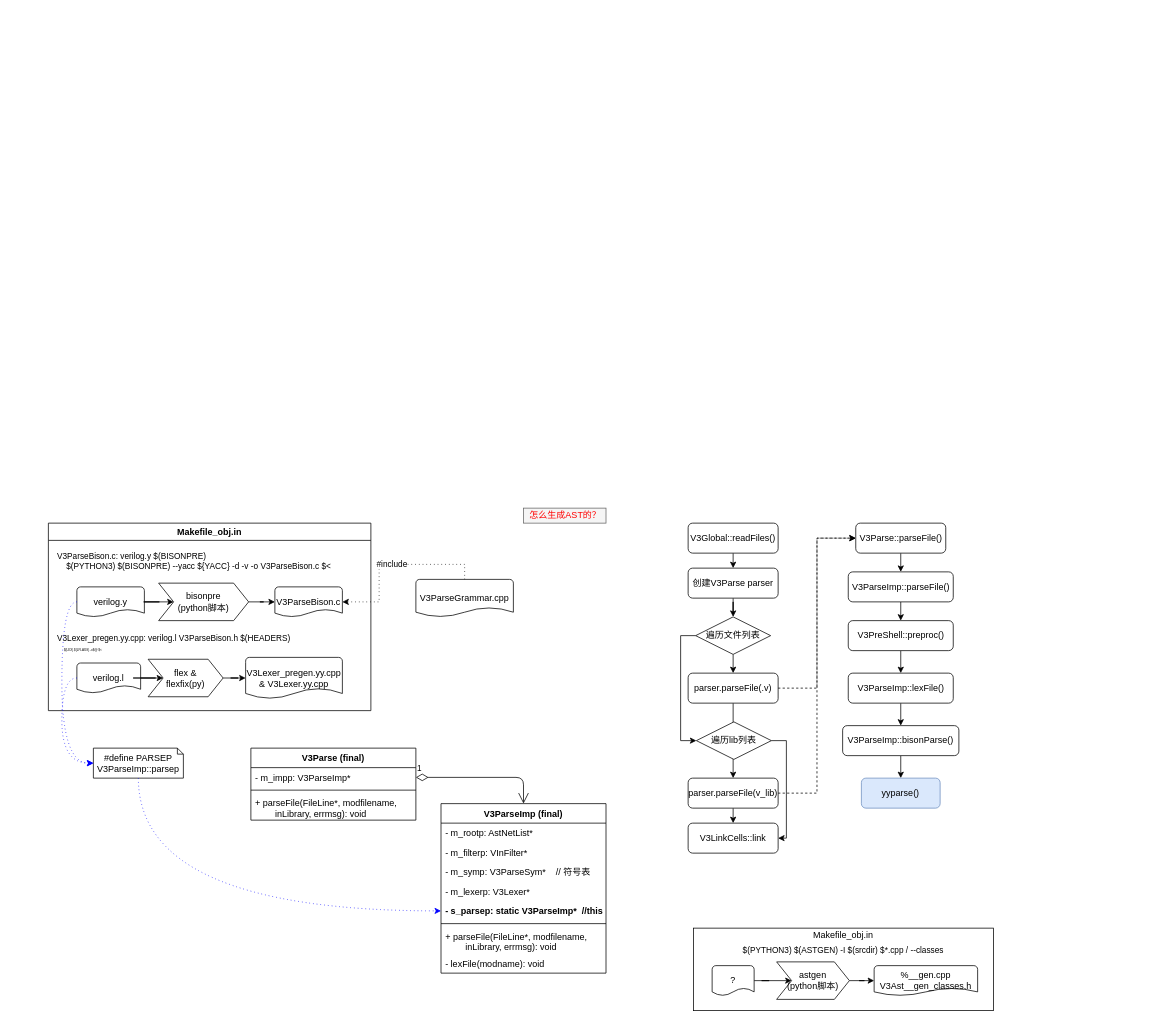
Earlier version of the draw.io diagram verilator_digrams/V3Parse.drawio (Dercury/CLDK). Source tidied: cells renumbered, new cells numbered last; positions are measured from the earlier drawing's top-left corner, leaving out a move shared by most shapes. Both pictures are drawn from the tidied source at 75%, with x=0, y=0 at pixel (48, 508).
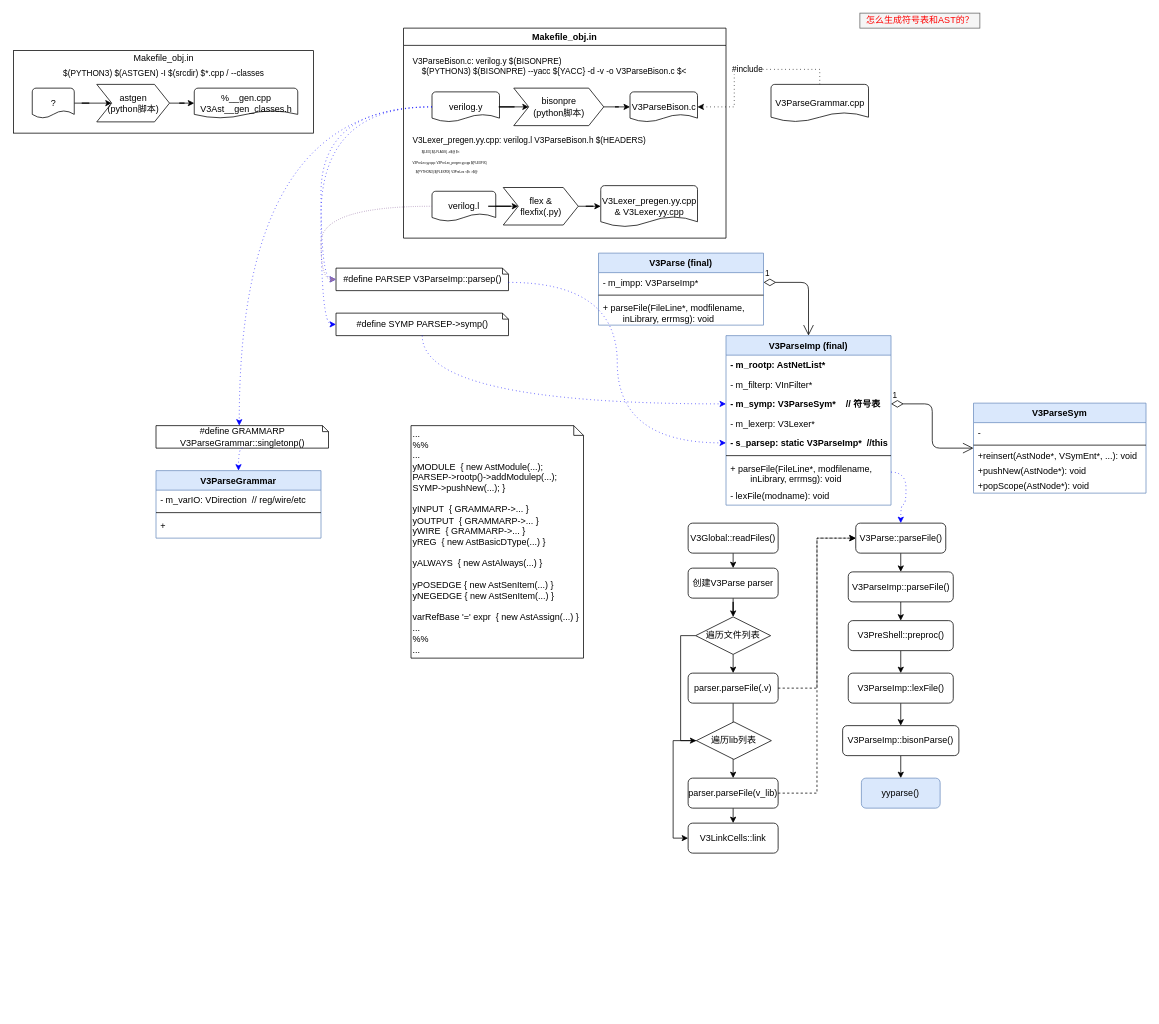
Above is the later version.

The change refers to these unchanged cells:
```xml
<mxCell id="11" value="V3LinkCells::link" style="rounded=1;whiteSpace=wrap;html=1;fontSize=12;glass=0;strokeWidth=1;shadow=0;" parent="1" vertex="1">
  <mxGeometry x="853" y="420" width="120" height="40" as="geometry" />
</mxCell>
<mxCell id="13" value="V3Parse::parseFile()" style="rounded=1;whiteSpace=wrap;html=1;fontSize=12;glass=0;strokeWidth=1;shadow=0;" parent="1" vertex="1">
  <mxGeometry x="1076.5" y="20" width="120" height="40" as="geometry" />
</mxCell>
<mxCell id="39" value="遍历lib列表" style="strokeWidth=1;html=1;shape=mxgraph.flowchart.decision;whiteSpace=wrap;" parent="1" vertex="1">
  <mxGeometry x="864" y="285" width="100" height="50" as="geometry" />
</mxCell>
<mxCell id="47" value="+ parseFile(FileLine*, modfilename, &#10;        inLibrary, errmsg): void" style="text;strokeColor=none;fillColor=none;align=left;verticalAlign=top;spacingLeft=4;spacingRight=4;overflow=hidden;points=[[0,0.5],[1,0.5]];portConstraint=eastwest;" parent="40" vertex="1">
  <mxGeometry y="164" width="220" height="36" as="geometry" />
</mxCell>
<mxCell id="56" value="verilog.y" style="strokeWidth=1;html=1;shape=mxgraph.flowchart.document2;whiteSpace=wrap;size=0.25;" parent="54" vertex="1">
  <mxGeometry x="38" y="85" width="90" height="40" as="geometry" />
</mxCell>
```

Diff of the diagram source:
```diff
@@
     <mxCell id="26" value="V3ParseGrammar.cpp" style="strokeWidth=1;html=1;shape=mxgraph.flowchart.document2;whiteSpace=wrap;size=0.25;" parent="1" vertex="1">
-      <mxGeometry x="490" y="95" width="130" height="50" as="geometry" />
+      <mxGeometry x="963.5" y="-565" width="130" height="50" as="geometry" />
     </mxCell>
-    <mxCell id="27" value="怎么生成AST的？" style="text;html=1;align=center;verticalAlign=middle;strokeColor=#666666;fillColor=#f5f5f5;fontColor=#FF0000;" parent="1" vertex="1">
-      <mxGeometry x="633.5" width="110" height="20" as="geometry" />
+    <mxCell id="27" value="怎么生成符号表和AST的？" style="text;html=1;align=center;verticalAlign=middle;strokeColor=#666666;fillColor=#f5f5f5;fontColor=#FF0000;" parent="1" vertex="1">
+      <mxGeometry x="1082" y="-660" width="160" height="20" as="geometry" />
     </mxCell>
     <mxCell id="28" style="rounded=0;whiteSpace=wrap;html=1;strokeWidth=1;" parent="1" vertex="1">
-      <mxGeometry x="860" y="560" width="400" height="110" as="geometry" />
+      <mxGeometry x="-46.5" y="-610" width="400" height="110" as="geometry" />
     </mxCell>
@@
     <mxCell id="30" value="?" style="strokeWidth=1;html=1;shape=mxgraph.flowchart.document2;whiteSpace=wrap;size=0.25;" parent="1" vertex="1">
-      <mxGeometry x="885" y="610" width="56" height="40" as="geometry" />
+      <mxGeometry x="-21.5" y="-560" width="56" height="40" as="geometry" />
     </mxCell>
     <mxCell id="31" value="Makefile_obj.in" style="text;html=1;strokeColor=none;fillColor=none;align=center;verticalAlign=middle;whiteSpace=wrap;rounded=0;" parent="1" vertex="1">
-      <mxGeometry x="1015" y="560" width="90" height="20" as="geometry" />
+      <mxGeometry x="108.5" y="-610" width="90" height="20" as="geometry" />
     </mxCell>
@@
     <mxCell id="33" value="&lt;span&gt;astgen&lt;/span&gt;&lt;br&gt;&lt;span&gt;(python脚本)&lt;/span&gt;" style="shape=step;perimeter=stepPerimeter;whiteSpace=wrap;html=1;fixedSize=1;strokeWidth=1;" parent="1" vertex="1">
-      <mxGeometry x="971" y="605" width="97" height="50" as="geometry" />
+      <mxGeometry x="64.5" y="-565" width="97" height="50" as="geometry" />
     </mxCell>
     <mxCell id="34" value="%__gen.cpp&lt;br&gt;V3Ast__gen_classes.h" style="strokeWidth=1;html=1;shape=mxgraph.flowchart.document2;whiteSpace=wrap;size=0.25;" parent="1" vertex="1">
-      <mxGeometry x="1101" y="610" width="138" height="40" as="geometry" />
+      <mxGeometry x="194.5" y="-560" width="138" height="40" as="geometry" />
     </mxCell>
     <mxCell id="35" value="&lt;font style=&quot;font-size: 11px&quot;&gt;$(PYTHON3) $(ASTGEN) -I $(srcdir) $*.cpp / --classes&lt;/font&gt;" style="text;whiteSpace=wrap;html=1;fontSize=4;verticalAlign=middle;align=center;" parent="1" vertex="1">
-      <mxGeometry x="863" y="580" width="394" height="20" as="geometry" />
+      <mxGeometry x="-43.5" y="-590" width="394" height="20" as="geometry" />
     </mxCell>
-    <mxCell id="36" style="edgeStyle=orthogonalEdgeStyle;rounded=0;jettySize=auto;html=1;exitX=1;exitY=0.5;exitDx=0;exitDy=0;exitPerimeter=0;entryX=1;entryY=0.5;entryDx=0;entryDy=0;startArrow=none;" parent="1" edge="1" source="39" target="11">
+    <mxCell id="36" style="edgeStyle=orthogonalEdgeStyle;rounded=0;jettySize=auto;html=1;exitX=0;exitY=0.5;exitDx=0;exitDy=0;exitPerimeter=0;entryX=0;entryY=0.5;entryDx=0;entryDy=0;startArrow=none;" parent="1" edge="1" source="39" target="11">
       <mxGeometry relative="1" as="geometry" />
     </mxCell>
@@
-    <mxCell id="40" value="V3ParseImp (final)" style="swimlane;fontStyle=1;align=center;verticalAlign=top;horizontal=1;startSize=26;" parent="1" vertex="1">
-      <mxGeometry x="523.5" y="394" width="220" height="226" as="geometry" />
+    <mxCell id="40" value="V3ParseImp (final)" style="swimlane;fontStyle=1;align=center;verticalAlign=top;horizontal=1;startSize=26;fillColor=#dae8fc;strokeColor=#6c8ebf;" parent="1" vertex="1">
+      <mxGeometry x="903.5" y="-230" width="220" height="226" as="geometry" />
     </mxCell>
-    <mxCell id="41" value="- m_rootp: AstNetList*" style="text;strokeColor=none;fillColor=none;align=left;verticalAlign=top;spacingLeft=4;spacingRight=4;overflow=hidden;" parent="40" vertex="1">
+    <mxCell id="41" value="- m_rootp: AstNetList*" style="text;strokeColor=none;fillColor=none;align=left;verticalAlign=middle;spacingLeft=4;spacingRight=4;overflow=hidden;fontStyle=1;" parent="40" vertex="1">
       <mxGeometry y="26" width="220" height="26" as="geometry" />
     </mxCell>
-    <mxCell id="42" value="- m_filterp: VInFilter*" style="text;strokeColor=none;fillColor=none;align=left;verticalAlign=top;spacingLeft=4;spacingRight=4;overflow=hidden;" parent="40" vertex="1">
+    <mxCell id="42" value="- m_filterp: VInFilter*" style="text;strokeColor=none;fillColor=none;align=left;verticalAlign=middle;spacingLeft=4;spacingRight=4;overflow=hidden;" parent="40" vertex="1">
       <mxGeometry y="52" width="220" height="26" as="geometry" />
     </mxCell>
-    <mxCell id="43" value="- m_symp: V3ParseSym*    // 符号表" style="text;strokeColor=none;fillColor=none;align=left;verticalAlign=top;spacingLeft=4;spacingRight=4;overflow=hidden;points=[[0,0.5],[1,0.5]];portConstraint=eastwest;" parent="40" vertex="1">
+    <mxCell id="43" value="- m_symp: V3ParseSym*    // 符号表" style="text;strokeColor=none;fillColor=none;align=left;verticalAlign=top;spacingLeft=4;spacingRight=4;overflow=hidden;points=[[0,0.5],[1,0.5]];portConstraint=eastwest;fontStyle=1;" parent="40" vertex="1">
       <mxGeometry y="78" width="220" height="26" as="geometry" />
     </mxCell>
-    <mxCell id="44" value="- m_lexerp: V3Lexer*" style="text;strokeColor=none;fillColor=none;align=left;verticalAlign=top;spacingLeft=4;spacingRight=4;overflow=hidden;" parent="40" vertex="1">
+    <mxCell id="44" value="- m_lexerp: V3Lexer*" style="text;strokeColor=none;fillColor=none;align=left;verticalAlign=middle;spacingLeft=4;spacingRight=4;overflow=hidden;" parent="40" vertex="1">
       <mxGeometry y="104" width="220" height="26" as="geometry" />
     </mxCell>
-    <mxCell id="45" value="- s_parsep: static V3ParseImp*  //this" style="text;strokeColor=none;fillColor=none;align=left;verticalAlign=top;spacingLeft=4;spacingRight=4;overflow=hidden;points=[[0,0.5],[1,0.5]];portConstraint=eastwest;fontStyle=1;" parent="40" vertex="1">
+    <mxCell id="45" value="- s_parsep: static V3ParseImp*  //this" style="text;strokeColor=none;fillColor=none;align=left;verticalAlign=middle;spacingLeft=4;spacingRight=4;overflow=hidden;points=[[0,0.5],[1,0.5]];portConstraint=eastwest;fontStyle=1;" parent="40" vertex="1">
       <mxGeometry y="130" width="220" height="26" as="geometry" />
     </mxCell>
@@
-    <mxCell id="49" value="V3Parse (final)" style="swimlane;fontStyle=1;align=center;verticalAlign=top;horizontal=1;startSize=26;" parent="1" vertex="1">
-      <mxGeometry x="270" y="320" width="220" height="96" as="geometry" />
+    <mxCell id="49" value="V3Parse (final)" style="swimlane;fontStyle=1;align=center;verticalAlign=top;horizontal=1;startSize=26;fillColor=#dae8fc;strokeColor=#6c8ebf;" parent="1" vertex="1">
+      <mxGeometry x="733.5" y="-340" width="220" height="96" as="geometry" />
     </mxCell>
@@
     <mxCell id="54" value="Makefile_obj.in" style="swimlane;strokeWidth=1;" parent="1" vertex="1">
-      <mxGeometry y="20" width="430" height="250" as="geometry" />
+      <mxGeometry x="473.5" y="-640" width="430" height="280" as="geometry" />
     </mxCell>
@@
-    <mxCell id="61" value="&lt;font style=&quot;font-size: 11px&quot;&gt;V3Lexer_pregen.yy.cpp: verilog.l V3ParseBison.h $(HEADERS)&lt;br&gt;&amp;nbsp; &amp;nbsp;&lt;span style=&quot;font-size: 4px ; text-align: center&quot;&gt;${LEX} ${LFLAGS} -o$@ $&amp;lt;&lt;/span&gt;&lt;/font&gt;" style="text;whiteSpace=wrap;html=1;fontSize=4;verticalAlign=middle;align=left;" parent="54" vertex="1">
-      <mxGeometry x="10" y="140" width="410" height="39" as="geometry" />
+    <mxCell id="61" value="&lt;font style=&quot;font-size: 11px&quot;&gt;V3Lexer_pregen.yy.cpp: verilog.l V3ParseBison.h $(HEADERS)&lt;br&gt;&amp;nbsp; &amp;nbsp;&amp;nbsp;&lt;span style=&quot;font-size: 4px ; text-align: center&quot;&gt;${LEX} ${LFLAGS} -o$@ $&amp;lt;&lt;br&gt;V3PreLex.yy.cpp: V3PreLex_pregen.yy.cpp $(FLEXFIX)&lt;br&gt;&amp;nbsp; &amp;nbsp; $(PYTHON3) $(FLEXFIX) V3PreLex &amp;lt;$&amp;lt; &amp;gt;$@&lt;br&gt;&lt;/span&gt;&lt;/font&gt;" style="text;whiteSpace=wrap;html=1;fontSize=4;verticalAlign=middle;align=left;" parent="54" vertex="1">
+      <mxGeometry x="10" y="140" width="410" height="60" as="geometry" />
     </mxCell>
     <mxCell id="62" value="verilog.l" style="strokeWidth=1;html=1;shape=mxgraph.flowchart.document2;whiteSpace=wrap;size=0.25;" parent="54" vertex="1">
-      <mxGeometry x="38" y="186.5" width="85" height="40" as="geometry" />
+      <mxGeometry x="38" y="217.5" width="85" height="40" as="geometry" />
     </mxCell>
-    <mxCell id="63" value="flex &amp;amp;&lt;br&gt;flexfix(py)" style="shape=step;perimeter=stepPerimeter;whiteSpace=wrap;html=1;fixedSize=1;strokeWidth=1;" parent="54" vertex="1">
-      <mxGeometry x="133" y="181.5" width="100" height="50" as="geometry" />
+    <mxCell id="63" value="flex &amp;amp;&lt;br&gt;flexfix(.py)" style="shape=step;perimeter=stepPerimeter;whiteSpace=wrap;html=1;fixedSize=1;strokeWidth=1;" parent="54" vertex="1">
+      <mxGeometry x="133" y="212.5" width="100" height="50" as="geometry" />
     </mxCell>
@@
     <mxCell id="65" value="V3Lexer_pregen.yy.cpp&lt;br&gt;&amp;amp;&amp;nbsp;V3Lexer.yy.cpp" style="strokeWidth=1;html=1;shape=mxgraph.flowchart.document2;whiteSpace=wrap;size=0.25;" parent="54" vertex="1">
-      <mxGeometry x="263" y="179" width="129" height="55" as="geometry" />
+      <mxGeometry x="263" y="210" width="129" height="55" as="geometry" />
     </mxCell>
@@
-    <mxCell id="67" value="#define PARSEP V3ParseImp::parsep" style="shape=note2;boundedLbl=1;whiteSpace=wrap;html=1;size=8;verticalAlign=middle;align=center;" parent="1" vertex="1">
-      <mxGeometry x="60" y="320" width="120" height="40" as="geometry" />
+    <mxCell id="67" value="#define PARSEP V3ParseImp::parsep()" style="shape=note2;boundedLbl=1;whiteSpace=wrap;html=1;size=8;verticalAlign=middle;align=center;" parent="1" vertex="1">
+      <mxGeometry x="383.5" y="-320" width="230" height="30" as="geometry" />
     </mxCell>
-    <mxCell id="68" style="edgeStyle=orthogonalEdgeStyle;rounded=0;jettySize=auto;html=1;entryX=0;entryY=0.5;entryDx=0;entryDy=0;entryPerimeter=0;fontColor=#FF0000;curved=1;exitX=0;exitY=0.5;exitDx=0;exitDy=0;exitPerimeter=0;dashed=1;dashPattern=1 4;strokeColor=#0000FF;" parent="1" edge="1" source="56" target="67">
+    <mxCell id="68" style="edgeStyle=orthogonalEdgeStyle;rounded=0;jettySize=auto;html=1;fontColor=#FF0000;curved=1;exitX=0;exitY=0.5;exitDx=0;exitDy=0;exitPerimeter=0;dashed=1;dashPattern=1 4;strokeColor=#0000FF;entryX=0;entryY=0.5;entryDx=0;entryDy=0;entryPerimeter=0;" parent="1" edge="1" source="56" target="67">
       <mxGeometry relative="1" as="geometry" />
     </mxCell>
-    <mxCell id="69" style="edgeStyle=orthogonalEdgeStyle;rounded=0;jettySize=auto;html=1;fontColor=#FF0000;curved=1;exitX=0;exitY=0.5;exitDx=0;exitDy=0;exitPerimeter=0;entryX=0;entryY=0.5;entryDx=0;entryDy=0;entryPerimeter=0;dashed=1;dashPattern=1 4;strokeColor=#0000FF;" parent="1" edge="1" source="62" target="67">
+    <mxCell id="69" style="edgeStyle=orthogonalEdgeStyle;rounded=0;jettySize=auto;html=1;fontColor=#FF0000;curved=1;exitX=0;exitY=0.5;exitDx=0;exitDy=0;exitPerimeter=0;entryX=0;entryY=0.5;entryDx=0;entryDy=0;entryPerimeter=0;dashed=1;dashPattern=1 2;strokeColor=#9673a6;fillColor=#e1d5e7;" parent="1" edge="1" source="62" target="67">
       <mxGeometry relative="1" as="geometry" />
     </mxCell>
-    <mxCell id="70" style="edgeStyle=orthogonalEdgeStyle;rounded=0;jettySize=auto;html=1;fontColor=#FF0000;curved=1;exitX=0.5;exitY=1;exitDx=0;exitDy=0;exitPerimeter=0;dashed=1;dashPattern=1 4;strokeColor=#0000FF;" parent="1" edge="1" source="67" target="45">
+    <mxCell id="70" style="edgeStyle=orthogonalEdgeStyle;rounded=0;jettySize=auto;html=1;fontColor=#FF0000;curved=1;dashed=1;dashPattern=1 4;strokeColor=#0000FF;exitX=0;exitY=0;exitDx=230;exitDy=19;exitPerimeter=0;" parent="1" edge="1" source="67" target="45">
       <mxGeometry relative="1" as="geometry" />
     </mxCell>
+    <mxCell id="71" style="edgeStyle=orthogonalEdgeStyle;rounded=0;jettySize=auto;html=1;fontColor=#FF0000;curved=1;dashed=1;dashPattern=1 4;strokeColor=#0000FF;entryX=0.5;entryY=0;entryDx=0;entryDy=0;" parent="1" edge="1" source="47" target="13">
+      <mxGeometry relative="1" as="geometry" />
+    </mxCell>
+    <mxCell id="72" value="...&lt;br&gt;%%&lt;br&gt;...&lt;br&gt;yMODULE&amp;nbsp; { new AstModule(...); PARSEP-&amp;gt;rootp()-&amp;gt;addModulep(...); SYMP-&amp;gt;pushNew(...); }&lt;br&gt;&lt;br&gt;yINPUT&amp;nbsp; { GRAMMARP-&amp;gt;... }&lt;br&gt;yOUTPUT&amp;nbsp; { GRAMMARP-&amp;gt;...&amp;nbsp;}&lt;br&gt;yWIRE&amp;nbsp; { GRAMMARP-&amp;gt;...&amp;nbsp;}&lt;br&gt;yREG&amp;nbsp; { new AstBasicDType(...) }&lt;br&gt;&lt;br&gt;yALWAYS&amp;nbsp; { new AstAlways(...) }&lt;br&gt;&lt;br&gt;yPOSEDGE { new AstSenItem(...) }&lt;br&gt;yNEGEDGE { new AstSenItem(...) }&lt;br&gt;&lt;br&gt;varRefBase '=' expr&amp;nbsp; { new AstAssign(...) }&lt;br&gt;...&lt;br&gt;%%&lt;br&gt;..." style="shape=note2;boundedLbl=1;whiteSpace=wrap;html=1;size=13;verticalAlign=middle;align=left;" parent="1" vertex="1">
+      <mxGeometry x="483.5" y="-110" width="230" height="310" as="geometry" />
+    </mxCell>
+    <mxCell id="73" value="#define SYMP PARSEP-&amp;gt;symp()" style="shape=note2;boundedLbl=1;whiteSpace=wrap;html=1;size=8;verticalAlign=middle;align=center;" parent="1" vertex="1">
+      <mxGeometry x="383.5" y="-260" width="230" height="30" as="geometry" />
+    </mxCell>
+    <mxCell id="74" style="edgeStyle=orthogonalEdgeStyle;rounded=0;jettySize=auto;html=1;fontColor=#FF0000;curved=1;dashed=1;dashPattern=1 4;strokeColor=#0000FF;" parent="1" edge="1" source="73" target="43">
+      <mxGeometry relative="1" as="geometry" />
+    </mxCell>
+    <mxCell id="75" style="edgeStyle=orthogonalEdgeStyle;rounded=0;jettySize=auto;html=1;fontColor=#FF0000;curved=1;exitX=0;exitY=0.5;exitDx=0;exitDy=0;exitPerimeter=0;dashed=1;dashPattern=1 4;strokeColor=#0000FF;entryX=0;entryY=0.5;entryDx=0;entryDy=0;entryPerimeter=0;" parent="1" edge="1" source="56" target="73">
+      <mxGeometry relative="1" as="geometry" />
+    </mxCell>
+    <mxCell id="76" value="V3ParseGrammar" style="swimlane;fontStyle=1;align=center;verticalAlign=top;horizontal=1;startSize=26;fillColor=#dae8fc;strokeColor=#6c8ebf;" parent="1" vertex="1">
+      <mxGeometry x="143.5" y="-50" width="220" height="90" as="geometry" />
+    </mxCell>
+    <mxCell id="77" value="- m_varIO: VDirection  // reg/wire/etc" style="text;strokeColor=none;fillColor=none;align=left;verticalAlign=middle;spacingLeft=4;spacingRight=4;overflow=hidden;" parent="76" vertex="1">
+      <mxGeometry y="26" width="220" height="26" as="geometry" />
+    </mxCell>
+    <mxCell id="78" style="line;strokeWidth=1;fillColor=none;align=left;verticalAlign=middle;spacingTop=-1;spacingLeft=3;spacingRight=3;labelPosition=right;" parent="76" vertex="1">
+      <mxGeometry y="52" width="220" height="8" as="geometry" />
+    </mxCell>
+    <mxCell id="79" value="+ " style="text;strokeColor=none;fillColor=none;align=left;verticalAlign=top;spacingLeft=4;spacingRight=4;overflow=hidden;" parent="76" vertex="1">
+      <mxGeometry y="60" width="220" height="30" as="geometry" />
+    </mxCell>
+    <mxCell id="80" value="#define GRAMMARP V3ParseGrammar::singletonp()" style="shape=note2;boundedLbl=1;whiteSpace=wrap;html=1;size=8;verticalAlign=middle;align=center;" parent="1" vertex="1">
+      <mxGeometry x="143.5" y="-110" width="230" height="30" as="geometry" />
+    </mxCell>
+    <mxCell id="81" style="edgeStyle=orthogonalEdgeStyle;rounded=0;jettySize=auto;html=1;fontColor=#FF0000;curved=1;exitX=0;exitY=0.5;exitDx=0;exitDy=0;exitPerimeter=0;dashed=1;dashPattern=1 4;strokeColor=#0000FF;entryX=0;entryY=0;entryDx=111;entryDy=0;entryPerimeter=0;" parent="1" edge="1" source="56" target="80">
+      <mxGeometry relative="1" as="geometry" />
+    </mxCell>
+    <mxCell id="82" style="edgeStyle=orthogonalEdgeStyle;rounded=0;jettySize=auto;html=1;fontColor=#FF0000;curved=1;dashed=1;dashPattern=1 4;strokeColor=#0000FF;exitX=0.5;exitY=1;exitDx=0;exitDy=0;exitPerimeter=0;entryX=0.5;entryY=0;entryDx=0;entryDy=0;" parent="1" edge="1" source="80" target="76">
+      <mxGeometry relative="1" as="geometry" />
+    </mxCell>
+    <mxCell id="83" value="V3ParseSym" style="swimlane;fontStyle=1;align=center;verticalAlign=top;horizontal=1;startSize=26;fillColor=#dae8fc;strokeColor=#6c8ebf;" parent="1" vertex="1">
+      <mxGeometry x="1233.5" y="-140" width="230" height="120" as="geometry" />
+    </mxCell>
+    <mxCell id="84" value="- " style="text;strokeColor=none;fillColor=none;align=left;verticalAlign=middle;spacingLeft=4;spacingRight=4;overflow=hidden;" parent="83" vertex="1">
+      <mxGeometry y="26" width="230" height="26" as="geometry" />
+    </mxCell>
+    <mxCell id="85" style="line;strokeWidth=1;fillColor=none;align=left;verticalAlign=middle;spacingTop=-1;spacingLeft=3;spacingRight=3;labelPosition=right;" parent="83" vertex="1">
+      <mxGeometry y="52" width="230" height="8" as="geometry" />
+    </mxCell>
+    <mxCell id="86" value="+reinsert(AstNode*, VSymEnt*, ...): void " style="text;strokeColor=none;fillColor=none;align=left;verticalAlign=middle;spacingLeft=4;spacingRight=4;overflow=hidden;" parent="83" vertex="1">
+      <mxGeometry y="60" width="230" height="20" as="geometry" />
+    </mxCell>
+    <mxCell id="87" value="+pushNew(AstNode*): void " style="text;strokeColor=none;fillColor=none;align=left;verticalAlign=middle;spacingLeft=4;spacingRight=4;overflow=hidden;" parent="83" vertex="1">
+      <mxGeometry y="80" width="230" height="20" as="geometry" />
+    </mxCell>
+    <mxCell id="88" value="+popScope(AstNode*): void " style="text;strokeColor=none;fillColor=none;align=left;verticalAlign=middle;spacingLeft=4;spacingRight=4;overflow=hidden;" parent="83" vertex="1">
+      <mxGeometry y="100" width="230" height="20" as="geometry" />
+    </mxCell>
+    <mxCell id="89" value="1" style="endArrow=open;html=1;endSize=12;startArrow=diamondThin;startSize=14;startFill=0;edgeStyle=orthogonalEdgeStyle;align=left;verticalAlign=bottom;" parent="1" edge="1" source="43" target="83">
+      <mxGeometry x="-1" y="3" relative="1" as="geometry" />
+    </mxCell>
```
